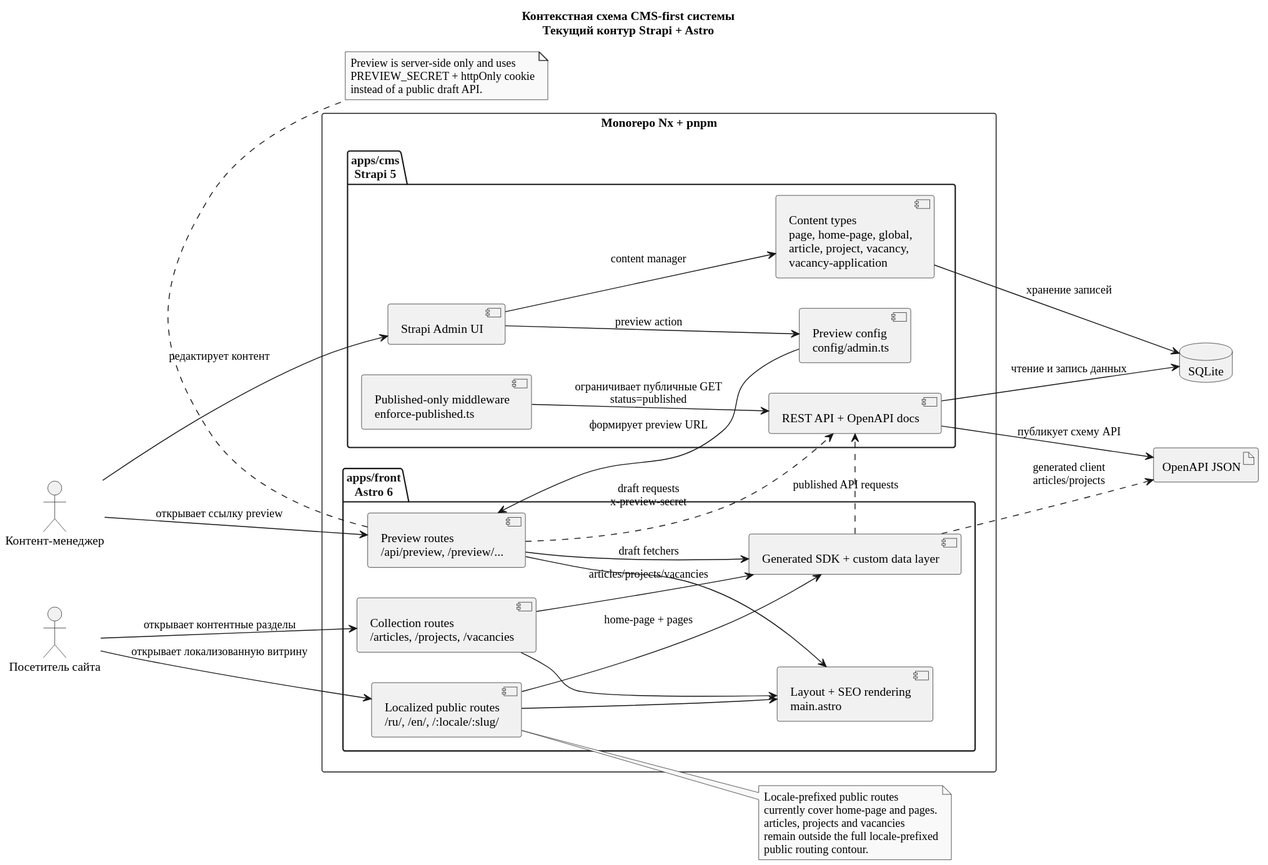
ArthurNyan/blog-monorepo keeps this PlantUML diagram as thesis/assets/diagrams/plantuml/svg/cms-first-architecture.svg. Above is the earlier version. Its source is kept beside it as thesis/diagrams/src/plantuml/cms-first-architecture.puml.
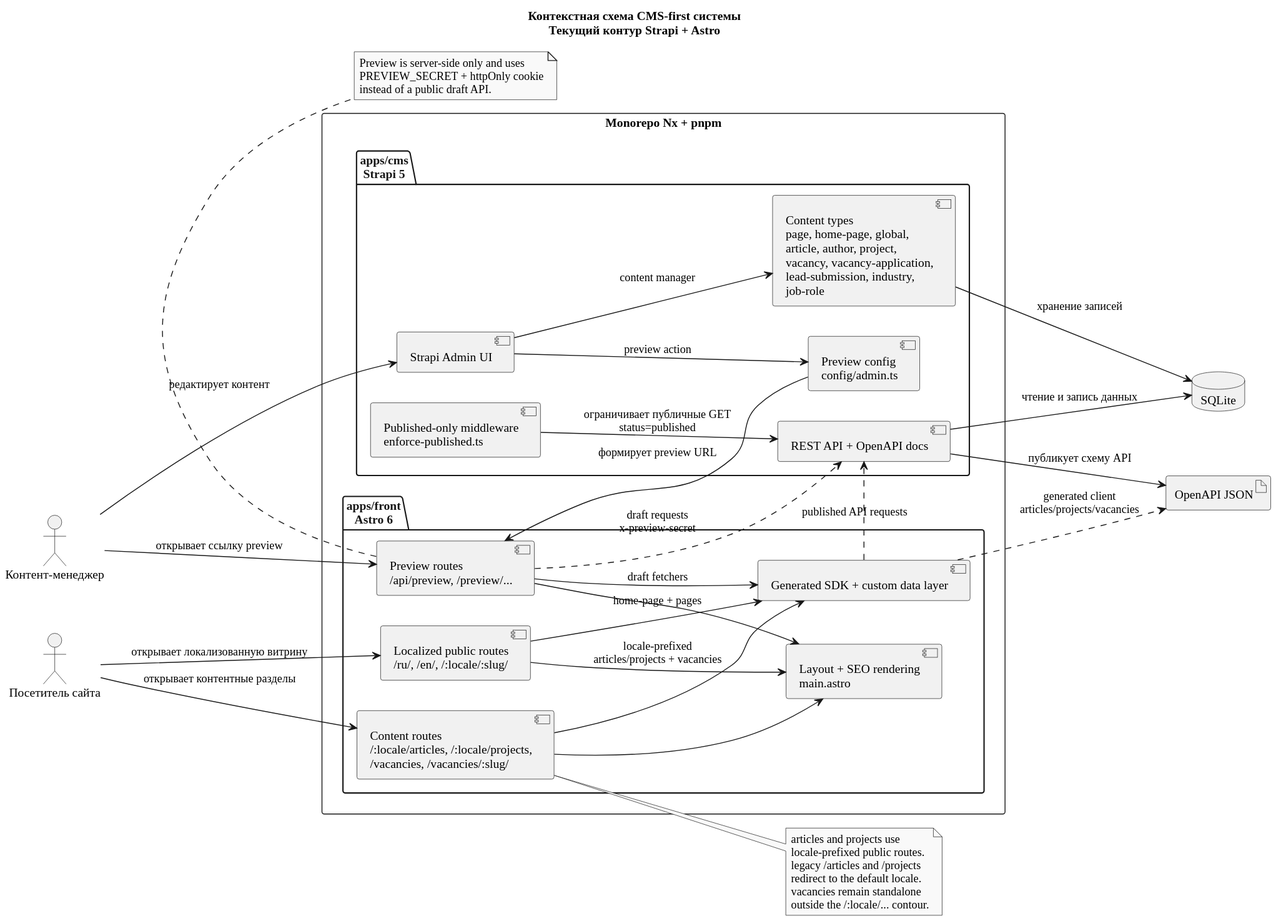
After the change.

Commit message:
Update thesis diagrams and enhance content structure

Change to the diagram source:
```diff
@@ -10,7 +10,7 @@
 rectangle "Monorepo Nx + pnpm" {
   package "apps/cms\nStrapi 5" as CmsApp {
     component "Strapi Admin UI" as AdminUi
-    component "Content types\npage, home-page, global,\narticle, project, vacancy,\nvacancy-application" as ContentModel
+    component "Content types\npage, home-page, global,\narticle, author, project,\nvacancy, vacancy-application,\nlead-submission, industry,\njob-role" as ContentModel
     component "Preview config\nconfig/admin.ts" as PreviewConfig
     component "Published-only middleware\nenforce-published.ts" as PublishGuard
     component "REST API + OpenAPI docs" as CmsApi
@@ -18,7 +18,7 @@
 
   package "apps/front\nAstro 6" as FrontApp {
     component "Localized public routes\n/ru/, /en/, /:locale/:slug/" as PublicRoutes
-    component "Collection routes\n/articles, /projects, /vacancies" as CollectionRoutes
+    component "Content routes\n/:locale/articles, /:locale/projects,\n/vacancies, /vacancies/:slug/" as CollectionRoutes
     component "Preview routes\n/api/preview, /preview/..." as PreviewRoutes
     component "Layout + SEO rendering\nmain.astro" as LayoutSeo
     component "Generated SDK + custom data layer" as FrontData
@@ -39,12 +39,12 @@
 CmsApi --> SqliteDb : чтение и запись данных
 CmsApi --> OpenApiJson : публикует схему API
 
-FrontData ..> OpenApiJson : generated client\narticles/projects
+FrontData ..> OpenApiJson : generated client\narticles/projects/vacancies
 FrontData ..> CmsApi : published API requests
 PreviewRoutes ..> CmsApi : draft requests\nx-preview-secret
 
 PublicRoutes --> FrontData : home-page + pages
-CollectionRoutes --> FrontData : articles/projects/vacancies
+CollectionRoutes --> FrontData : locale-prefixed\narticles/projects + vacancies
 PreviewRoutes --> FrontData : draft fetchers
 
 PublicRoutes --> LayoutSeo
@@ -55,12 +55,13 @@
 Visitor --> CollectionRoutes : открывает контентные разделы
 Editor --> PreviewRoutes : открывает ссылку preview
 
-note right of PublicRoutes
-Locale-prefixed public routes
-currently cover home-page and pages.
-articles, projects and vacancies
-remain outside the full locale-prefixed
-public routing contour.
+note right of CollectionRoutes
+articles and projects use
+locale-prefixed public routes.
+legacy /articles and /projects
+redirect to the default locale.
+vacancies remain standalone
+outside the /:locale/... contour.
 end note
 
 note bottom of PreviewRoutes
```
